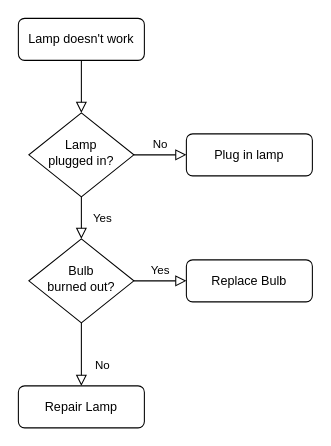
Above: diagrams/test.drawio in learn-computer-graphics/mathematics (draw.io), before the change. Source tidied: cells renumbered, new cells numbered last; positions are measured from the earlier drawing's top-left corner, leaving out a move shared by most shapes. Both pictures are drawn from the tidied source at 105%, with x=0, y=0 at pixel (18, 18).
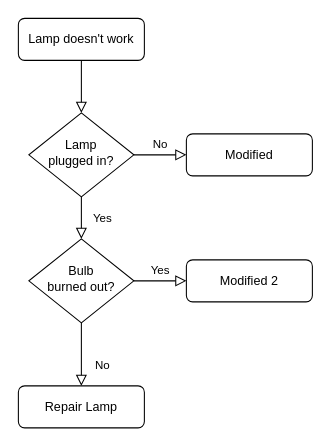
After the change.

What changed in the source:
```diff
@@
 <mxGraphModel>
   <root>
     <mxCell id="0" />
     <mxCell id="1" parent="0" />
     <mxCell id="2" style="rounded=0;html=1;jettySize=auto;fontSize=11;endArrow=block;endFill=0;endSize=8;strokeWidth=1;shadow=0;labelBackgroundColor=none;edgeStyle=orthogonalEdgeStyle;" parent="1" edge="1" source="3" target="6">
       <mxGeometry relative="1" as="geometry" />
     </mxCell>
     <mxCell id="3" value="Lamp doesn't work" style="rounded=1;whiteSpace=wrap;html=1;fontSize=12;glass=0;strokeWidth=1;shadow=0;" parent="1" vertex="1">
       <mxGeometry width="120" height="40" as="geometry" />
     </mxCell>
     <mxCell id="4" value="Yes" style="rounded=0;html=1;jettySize=auto;fontSize=11;endArrow=block;endFill=0;endSize=8;strokeWidth=1;shadow=0;labelBackgroundColor=none;edgeStyle=orthogonalEdgeStyle;" parent="1" edge="1" source="6" target="10">
       <mxGeometry y="20" relative="1" as="geometry" />
     </mxCell>
     <mxCell id="5" value="No" style="edgeStyle=orthogonalEdgeStyle;rounded=0;html=1;jettySize=auto;fontSize=11;endArrow=block;endFill=0;endSize=8;strokeWidth=1;shadow=0;labelBackgroundColor=none;" parent="1" edge="1" source="6" target="7">
       <mxGeometry y="10" relative="1" as="geometry" />
     </mxCell>
     <mxCell id="6" value="Lamp&lt;br&gt;plugged in?" style="rhombus;whiteSpace=wrap;html=1;shadow=0;fontFamily=Helvetica;fontSize=12;align=center;strokeWidth=1;spacing=6;spacingTop=-4;" parent="1" vertex="1">
       <mxGeometry x="10" y="90" width="100" height="80" as="geometry" />
     </mxCell>
-    <mxCell id="7" value="Plug in lamp" style="rounded=1;whiteSpace=wrap;html=1;fontSize=12;glass=0;strokeWidth=1;shadow=0;" parent="1" vertex="1">
+    <mxCell id="7" value="Modified" style="rounded=1;whiteSpace=wrap;html=1;fontSize=12;glass=0;strokeWidth=1;shadow=0;" parent="1" vertex="1">
       <mxGeometry x="160" y="110" width="120" height="40" as="geometry" />
     </mxCell>
     <mxCell id="8" value="No" style="rounded=0;html=1;jettySize=auto;fontSize=11;endArrow=block;endFill=0;endSize=8;strokeWidth=1;shadow=0;labelBackgroundColor=none;edgeStyle=orthogonalEdgeStyle;" parent="1" edge="1" source="10" target="11">
       <mxGeometry x="0.33" y="20" relative="1" as="geometry" />
     </mxCell>
     <mxCell id="9" value="Yes" style="edgeStyle=orthogonalEdgeStyle;rounded=0;html=1;jettySize=auto;fontSize=11;endArrow=block;endFill=0;endSize=8;strokeWidth=1;shadow=0;labelBackgroundColor=none;" parent="1" edge="1" source="10" target="12">
       <mxGeometry y="10" relative="1" as="geometry" />
     </mxCell>
     <mxCell id="10" value="Bulb&lt;br&gt;burned out?" style="rhombus;whiteSpace=wrap;html=1;shadow=0;fontFamily=Helvetica;fontSize=12;align=center;strokeWidth=1;spacing=6;spacingTop=-4;" parent="1" vertex="1">
       <mxGeometry x="10" y="210" width="100" height="80" as="geometry" />
     </mxCell>
     <mxCell id="11" value="Repair Lamp" style="rounded=1;whiteSpace=wrap;html=1;fontSize=12;glass=0;strokeWidth=1;shadow=0;" parent="1" vertex="1">
       <mxGeometry y="350" width="120" height="40" as="geometry" />
     </mxCell>
-    <mxCell id="12" value="Replace Bulb" style="rounded=1;whiteSpace=wrap;html=1;fontSize=12;glass=0;strokeWidth=1;shadow=0;" parent="1" vertex="1">
+    <mxCell id="12" value="Modified 2" style="rounded=1;whiteSpace=wrap;html=1;fontSize=12;glass=0;strokeWidth=1;shadow=0;" parent="1" vertex="1">
       <mxGeometry x="160" y="230" width="120" height="40" as="geometry" />
     </mxCell>
   </root>
 </mxGraphModel>
```
